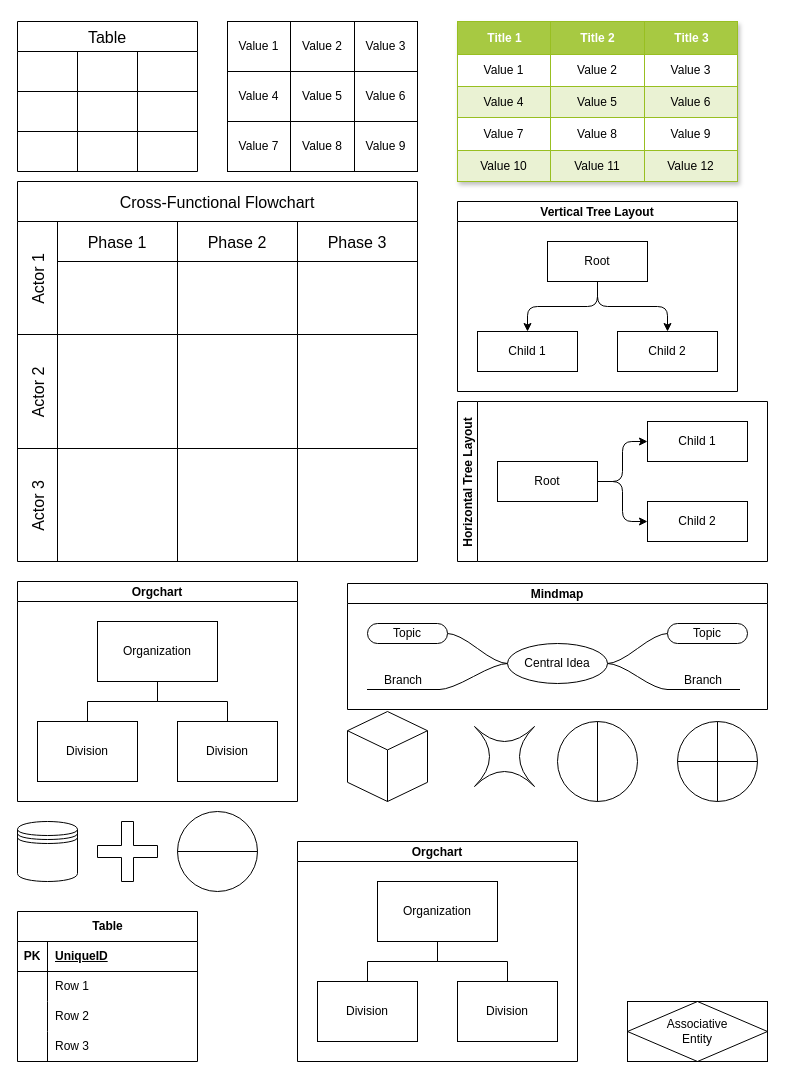
Above: demo2233.drawio in Quixote-Demo/demo (draw.io), before the change. Source tidied: cells renumbered, new cells numbered last; positions are measured from the earlier drawing's top-left corner, leaving out a move shared by most shapes. Both pictures are drawn from the tidied source at 100%, with x=0, y=0 at pixel (17, 21).
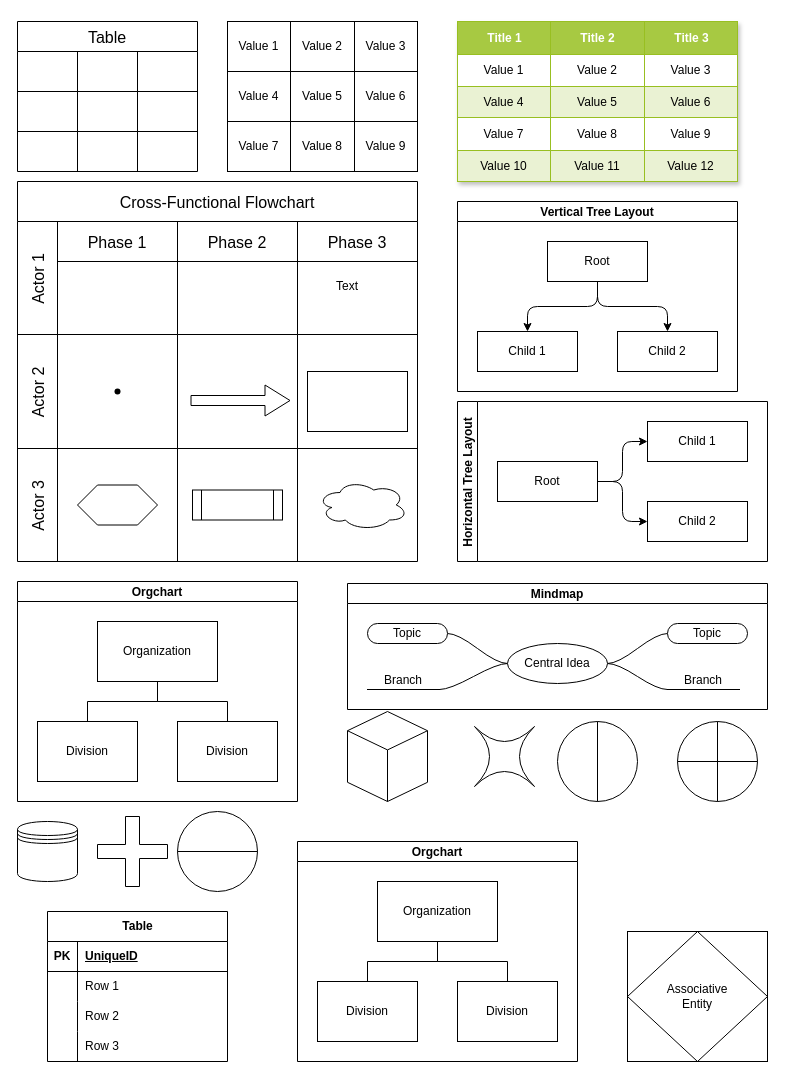
The same diagram, later.

Unchanged cells that the change refers to:
```xml
<mxCell id="34" style="swimlane;swimlaneHead=0;swimlaneBody=0;fontStyle=0;strokeColor=inherit;fillColor=none;startSize=0;fontSize=16;" parent="33" vertex="1">
  <mxGeometry x="40" width="120" height="114" as="geometry" />
</mxCell>
<mxCell id="35" style="swimlane;swimlaneHead=0;swimlaneBody=0;fontStyle=0;strokeColor=inherit;fillColor=none;startSize=0;fontSize=16;" parent="33" vertex="1">
  <mxGeometry x="160" width="120" height="114" as="geometry" />
</mxCell>
<mxCell id="38" style="swimlane;swimlaneHead=0;swimlaneBody=0;fontStyle=0;strokeColor=inherit;fillColor=none;startSize=0;fontSize=16;" parent="37" vertex="1">
  <mxGeometry x="40" width="120" height="113" as="geometry" />
</mxCell>
<mxCell id="39" style="swimlane;swimlaneHead=0;swimlaneBody=0;fontStyle=0;strokeColor=inherit;fillColor=none;startSize=0;fontSize=16;" parent="37" vertex="1">
  <mxGeometry x="160" width="120" height="113" as="geometry" />
</mxCell>
<mxCell id="40" style="swimlane;swimlaneHead=0;swimlaneBody=0;fontStyle=0;strokeColor=inherit;fillColor=none;startSize=0;fontSize=16;" parent="37" vertex="1">
  <mxGeometry x="280" width="120" height="113" as="geometry" />
</mxCell>
```

Change to the diagram source:
```diff
@@
+    <mxCell id="117" style="shape=waypoint;sketch=0;size=6;fillColor=none;perimeter=centerPerimeter;" parent="34" vertex="1">
+      <mxGeometry x="50" y="47" width="20" height="20" as="geometry" />
+    </mxCell>
@@
+    <mxCell id="118" style="edgeStyle=none;orthogonalLoop=1;jettySize=auto;html=1;shape=flexArrow;rounded=1;startSize=8;endSize=8;" parent="35" edge="1">
+      <mxGeometry relative="1" as="geometry">
+        <mxPoint x="13" y="66" as="sourcePoint" />
+        <mxPoint x="113" y="66" as="targetPoint" />
+      </mxGeometry>
+    </mxCell>
@@
+    <mxCell id="119" style="shape=hexagon;perimeter=hexagonPerimeter2;whiteSpace=wrap;html=1;fixedSize=1;" parent="38" vertex="1">
+      <mxGeometry x="20" y="36.5" width="80" height="40" as="geometry" />
+    </mxCell>
@@
+    <mxCell id="120" style="shape=process;whiteSpace=wrap;html=1;backgroundOutline=1;" parent="39" vertex="1">
+      <mxGeometry x="15" y="41.5" width="90" height="30" as="geometry" />
+    </mxCell>
@@
+    <mxCell id="121" style="ellipse;shape=cloud;whiteSpace=wrap;html=1;" parent="40" vertex="1">
+      <mxGeometry x="20" y="31.5" width="90" height="50" as="geometry" />
+    </mxCell>
@@
     <mxCell id="95" style="shape=cross;whiteSpace=wrap;html=1;" parent="1" vertex="1">
-      <mxGeometry x="80" y="800" width="60" height="60" as="geometry" />
+      <mxGeometry x="80" y="795" width="70" height="70" as="geometry" />
     </mxCell>
@@
     <mxCell id="103" value="Table" style="shape=table;startSize=30;childLayout=tableLayout;rowLines=0;fontStyle=1;align=center;html=1;" parent="1" vertex="1">
-      <mxGeometry y="890" width="180" height="150" as="geometry" />
+      <mxGeometry x="30" y="890" width="180" height="150" as="geometry" />
     </mxCell>
@@
     <mxCell id="116" value="Associative&#10;Entity" style="shape=associativeEntity;whiteSpace=wrap;html=1;align=center;" parent="1" vertex="1">
-      <mxGeometry x="610" y="980" width="140" height="60" as="geometry" />
+      <mxGeometry x="610" y="910" width="140" height="130" as="geometry" />
     </mxCell>
+    <mxCell id="122" value="Text" style="text;html=1;whiteSpace=wrap;strokeColor=none;fillColor=none;align=center;verticalAlign=middle;rounded=0;" parent="1" vertex="1">
+      <mxGeometry x="300" y="250" width="60" height="30" as="geometry" />
+    </mxCell>
+    <mxCell id="123" style="whiteSpace=wrap;html=1;" parent="1" vertex="1">
+      <mxGeometry x="290" y="350" width="100" height="60" as="geometry" />
+    </mxCell>
```
